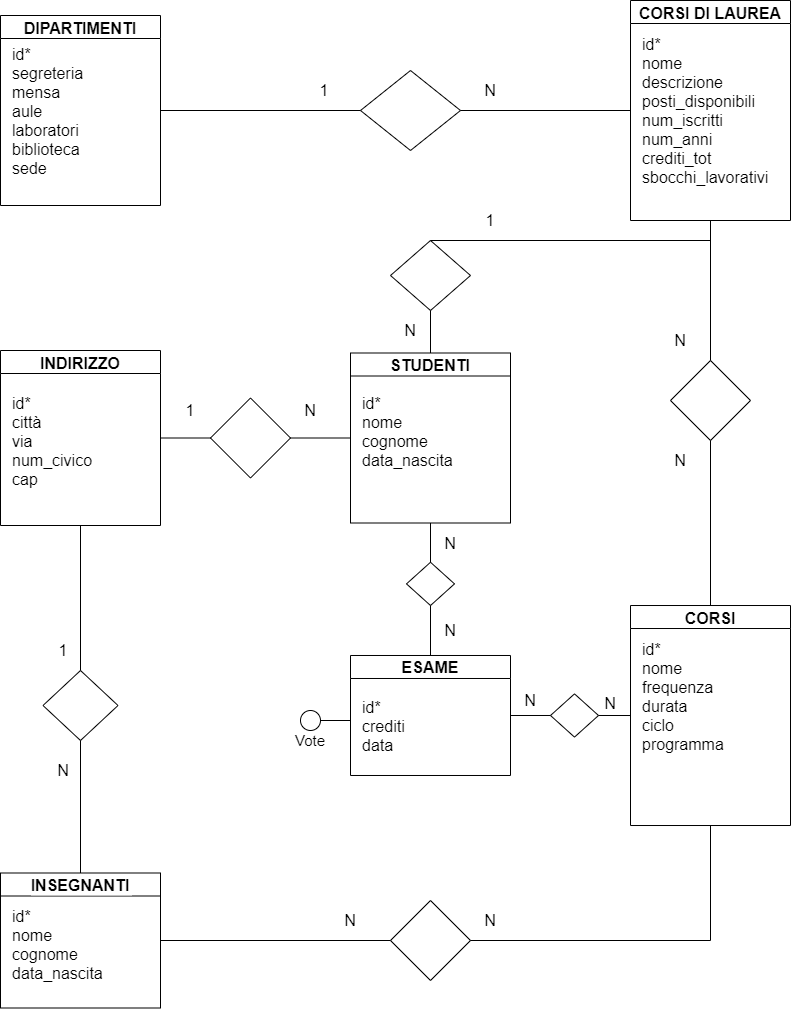
Above: university_db.png in Wass01/db-university (draw.io), before the change. Source tidied: cells renumbered, new cells last; positions are measured from the earlier drawing's top-left corner, leaving out a move shared by most shapes.
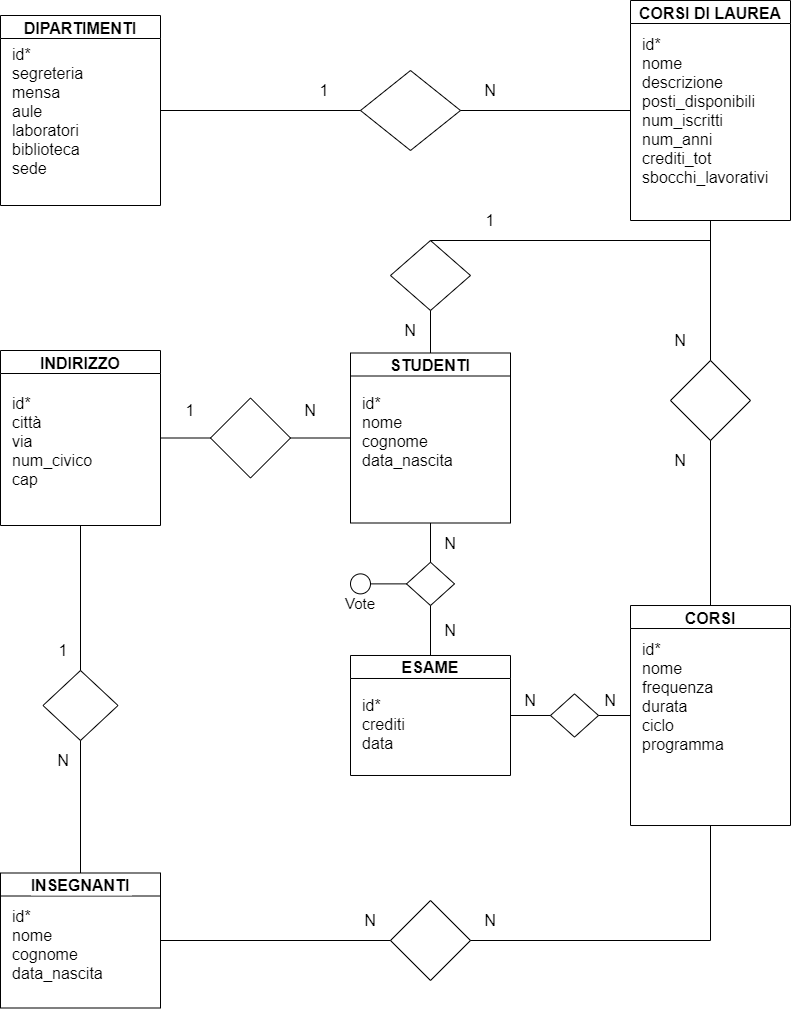
Above is the later version.

Commit message:
esercizio finito

Change to the diagram source:
```diff
@@ -118,7 +118,7 @@
       <mxGeometry x="42.5" y="640" width="40" height="20" as="geometry" />
     </mxCell>
     <mxCell id="39" value="&lt;font style=&quot;font-size: 16px&quot;&gt;N&lt;/font&gt;" style="text;html=1;strokeColor=none;fillColor=none;align=center;verticalAlign=middle;whiteSpace=wrap;rounded=0;fontSize=15;" parent="1" vertex="1">
-      <mxGeometry x="42.5" y="760" width="40" height="20" as="geometry" />
+      <mxGeometry x="42.5" y="750" width="40" height="20" as="geometry" />
     </mxCell>
     <mxCell id="40" style="rhombus;whiteSpace=wrap;html=1;fontSize=15;align=left;" parent="1" vertex="1">
       <mxGeometry x="390" y="900" width="80" height="80" as="geometry" />
@@ -130,7 +130,7 @@
       <mxGeometry relative="1" as="geometry" />
     </mxCell>
     <mxCell id="43" value="&lt;font style=&quot;font-size: 16px&quot;&gt;N&lt;/font&gt;" style="text;html=1;strokeColor=none;fillColor=none;align=center;verticalAlign=middle;whiteSpace=wrap;rounded=0;fontSize=15;" parent="1" vertex="1">
-      <mxGeometry x="330" y="910" width="40" height="20" as="geometry" />
+      <mxGeometry x="350" y="910" width="40" height="20" as="geometry" />
     </mxCell>
     <mxCell id="44" value="&lt;font style=&quot;font-size: 16px&quot;&gt;N&lt;/font&gt;" style="text;html=1;strokeColor=none;fillColor=none;align=center;verticalAlign=middle;whiteSpace=wrap;rounded=0;fontSize=15;" parent="1" vertex="1">
       <mxGeometry x="470" y="910" width="40" height="20" as="geometry" />
@@ -139,7 +139,7 @@
       <mxGeometry x="350" y="655" width="160" height="120" as="geometry" />
     </mxCell>
     <mxCell id="46" value="&lt;div&gt;&lt;font style=&quot;font-size: 16px&quot;&gt;id*&lt;/font&gt;&lt;/div&gt;&lt;div&gt;crediti&lt;/div&gt;&lt;div&gt;data&lt;/div&gt;&lt;div&gt;&lt;br&gt;&lt;/div&gt;&lt;div&gt;&lt;br&gt;&lt;/div&gt;" style="text;html=1;align=left;verticalAlign=middle;strokeColor=none;fontSize=16;" parent="45" vertex="1">
-      <mxGeometry x="10" y="40" width="60" height="100" as="geometry" />
+      <mxGeometry x="10" y="38.4" width="60" height="100" as="geometry" />
     </mxCell>
     <mxCell id="47" style="edgeStyle=orthogonalEdgeStyle;rounded=0;orthogonalLoop=1;jettySize=auto;html=1;exitX=0.5;exitY=1;exitDx=0;exitDy=0;fontSize=15;" parent="1" edge="1" source="44" target="44">
       <mxGeometry relative="1" as="geometry" />
@@ -171,21 +171,19 @@
       <mxGeometry x="430" y="533" width="40" height="20" as="geometry" />
     </mxCell>
     <mxCell id="56" value="&lt;font style=&quot;font-size: 16px&quot;&gt;N&lt;/font&gt;" style="text;html=1;strokeColor=none;fillColor=none;align=center;verticalAlign=middle;whiteSpace=wrap;rounded=0;fontSize=15;" parent="1" vertex="1">
-      <mxGeometry x="590" y="693.4" width="40" height="20" as="geometry" />
+      <mxGeometry x="590" y="690" width="40" height="20" as="geometry" />
     </mxCell>
     <mxCell id="57" value="&lt;font style=&quot;font-size: 16px&quot;&gt;N&lt;/font&gt;" style="text;html=1;strokeColor=none;fillColor=none;align=center;verticalAlign=middle;whiteSpace=wrap;rounded=0;fontSize=15;" parent="1" vertex="1">
       <mxGeometry x="510" y="690" width="40" height="20" as="geometry" />
     </mxCell>
     <mxCell id="58" style="ellipse;whiteSpace=wrap;html=1;" parent="1" vertex="1">
-      <mxGeometry x="300" y="710" width="20" height="20" as="geometry" />
+      <mxGeometry x="350" y="573.4" width="20" height="20" as="geometry" />
     </mxCell>
     <mxCell id="59" value="Vote" style="text;html=1;strokeColor=none;fillColor=none;align=center;verticalAlign=middle;whiteSpace=wrap;rounded=0;fontSize=15;" parent="1" vertex="1">
-      <mxGeometry x="290" y="730" width="40" height="20" as="geometry" />
+      <mxGeometry x="340" y="593.4" width="40" height="20" as="geometry" />
     </mxCell>
-    <mxCell id="60" style="endArrow=none;html=1;rounded=0;edgeStyle=orthogonalEdgeStyle;fontSize=15;exitX=1;exitY=0.5;exitDx=0;exitDy=0;" parent="1" edge="1" source="58">
-      <mxGeometry relative="1" as="geometry">
-        <mxPoint x="350" y="705" as="targetPoint" />
-      </mxGeometry>
+    <mxCell id="60" style="endArrow=none;html=1;rounded=0;edgeStyle=orthogonalEdgeStyle;fontSize=15;exitX=1;exitY=0.5;exitDx=0;exitDy=0;entryX=0;entryY=0.5;entryDx=0;entryDy=0;" parent="1" edge="1" source="58" target="48">
+      <mxGeometry relative="1" as="geometry" />
     </mxCell>
   </root>
 </mxGraphModel>
```
